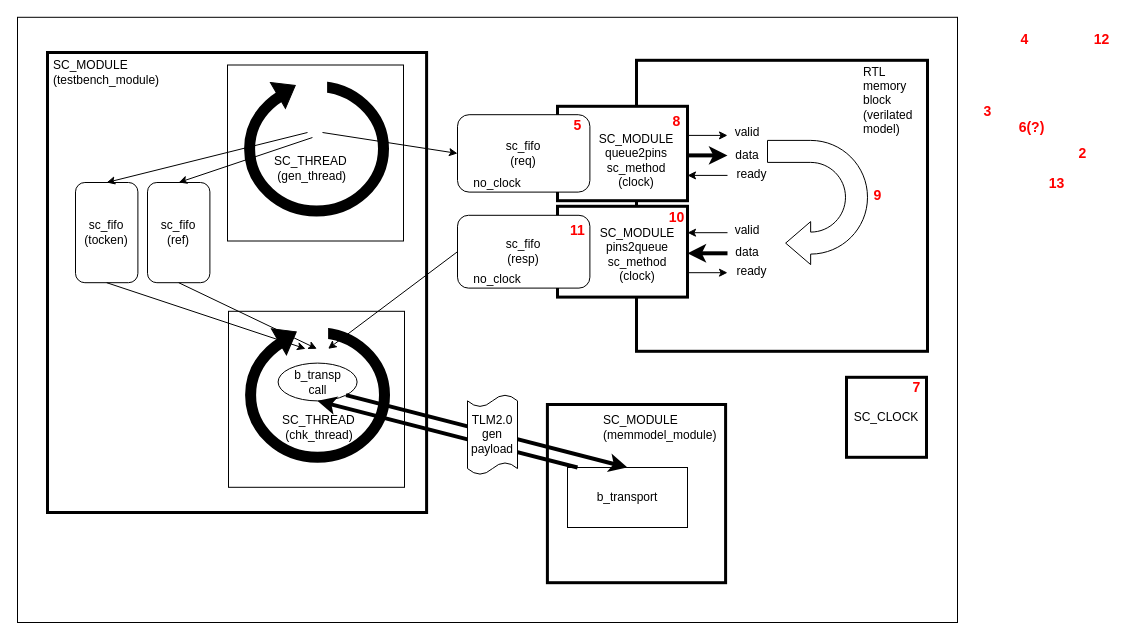
Earlier version of the draw.io diagram tlm2/tlm_to_rtl_bridge_scv_verif/media/Scv_Verif_TLM20.drawio (v-efimov/systemc_practice). Source tidied: cells renumbered, new cells numbered last; positions are measured from the earlier drawing's top-left corner, leaving out a move shared by most shapes. Both pictures are drawn from the tidied source at 100%, with x=0, y=0 at pixel (17, 17).
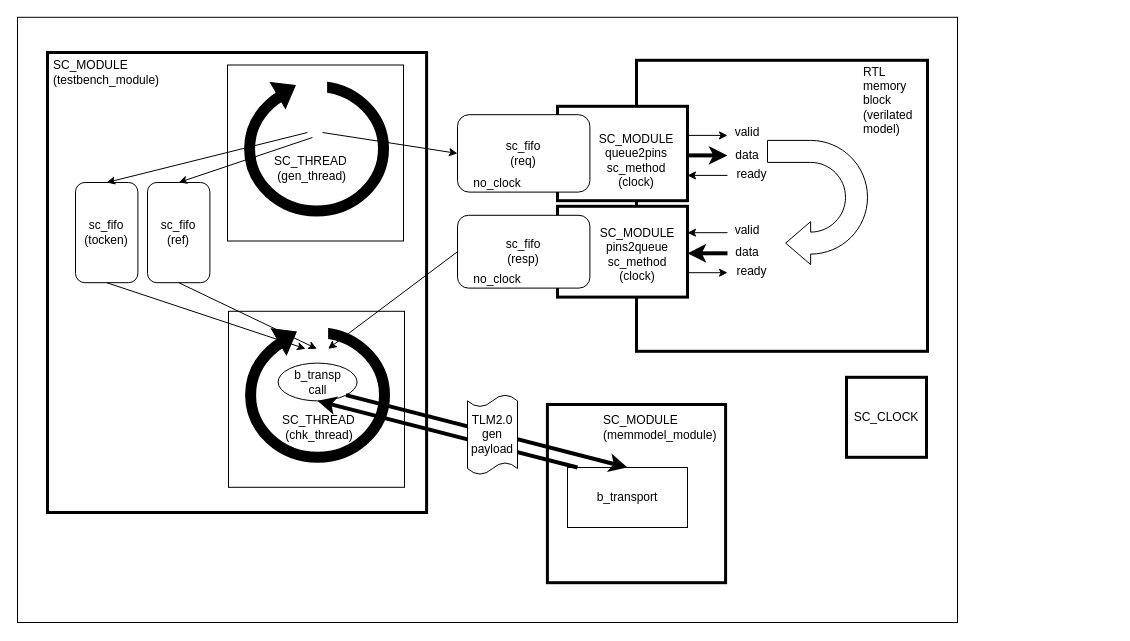
The same page after the edit.

Change to the diagram source:
```diff
@@
-    <mxCell id="38" value="&lt;font&gt;2&lt;/font&gt;" style="text;html=1;align=center;verticalAlign=middle;whiteSpace=wrap;rounded=0;strokeWidth=1;fontColor=light-dark(#ff0000, #ededed);fontSize=14;fontStyle=1;" parent="1" vertex="1">
-      <mxGeometry x="1054.6" y="120.9" width="21" height="30" as="geometry" />
-    </mxCell>
-    <mxCell id="39" value="&lt;font&gt;3&lt;/font&gt;" style="text;html=1;align=center;verticalAlign=middle;whiteSpace=wrap;rounded=0;strokeWidth=1;fontColor=light-dark(#ff0000, #ededed);fontSize=14;fontStyle=1;" parent="1" vertex="1">
-      <mxGeometry x="960" y="79.2" width="21" height="30" as="geometry" />
-    </mxCell>
-    <mxCell id="40" value="&lt;font&gt;4&lt;/font&gt;" style="text;html=1;align=center;verticalAlign=middle;whiteSpace=wrap;rounded=0;strokeWidth=1;fontColor=light-dark(#ff0000, #ededed);fontSize=14;fontStyle=1;" parent="1" vertex="1">
-      <mxGeometry x="997.1" y="7.3" width="21" height="30" as="geometry" />
-    </mxCell>
-    <mxCell id="41" value="&lt;font&gt;6(?)&lt;/font&gt;" style="text;html=1;align=center;verticalAlign=middle;whiteSpace=wrap;rounded=0;strokeWidth=1;fontColor=light-dark(#ff0000, #ededed);fontSize=14;fontStyle=1;" parent="1" vertex="1">
-      <mxGeometry x="999.9" y="95.3" width="28.7" height="30" as="geometry" />
-    </mxCell>
-    <mxCell id="42" value="&lt;font&gt;7&lt;/font&gt;" style="text;html=1;align=center;verticalAlign=middle;whiteSpace=wrap;rounded=0;strokeWidth=1;fontColor=light-dark(#ff0000, #ededed);fontSize=14;fontStyle=1;" parent="1" vertex="1">
-      <mxGeometry x="889" y="354.8" width="21" height="30" as="geometry" />
-    </mxCell>
-    <mxCell id="43" value="&lt;font&gt;8&lt;/font&gt;" style="text;html=1;align=center;verticalAlign=middle;whiteSpace=wrap;rounded=0;strokeWidth=1;fontColor=light-dark(#ff0000, #ededed);fontSize=14;fontStyle=1;" parent="1" vertex="1">
-      <mxGeometry x="648.5" y="88.8" width="21" height="30" as="geometry" />
-    </mxCell>
-    <mxCell id="44" value="9" style="text;html=1;align=center;verticalAlign=middle;whiteSpace=wrap;rounded=0;strokeWidth=1;fontColor=light-dark(#ff0000, #ededed);fontSize=14;fontStyle=1;" parent="1" vertex="1">
-      <mxGeometry x="850" y="162.8" width="21" height="30" as="geometry" />
-    </mxCell>
-    <mxCell id="45" value="10" style="text;html=1;align=center;verticalAlign=middle;whiteSpace=wrap;rounded=0;strokeWidth=1;fontColor=light-dark(#ff0000, #ededed);fontSize=14;fontStyle=1;" parent="1" vertex="1">
-      <mxGeometry x="648.5" y="185.2" width="21" height="30" as="geometry" />
-    </mxCell>
-    <mxCell id="46" value="11" style="text;html=1;align=center;verticalAlign=middle;whiteSpace=wrap;rounded=0;strokeWidth=1;fontColor=light-dark(#ff0000, #ededed);fontSize=14;fontStyle=1;" parent="1" vertex="1">
-      <mxGeometry x="550" y="197.8" width="21" height="30" as="geometry" />
-    </mxCell>
-    <mxCell id="47" value="&lt;font&gt;5&lt;/font&gt;" style="text;html=1;align=center;verticalAlign=middle;whiteSpace=wrap;rounded=0;strokeWidth=1;fontColor=light-dark(#ff0000, #ededed);fontSize=14;fontStyle=1;" parent="1" vertex="1">
-      <mxGeometry x="550" y="92.9" width="21" height="30" as="geometry" />
-    </mxCell>
-    <mxCell id="48" value="&lt;font&gt;12&lt;/font&gt;" style="text;html=1;align=center;verticalAlign=middle;whiteSpace=wrap;rounded=0;strokeWidth=1;fontColor=light-dark(#ff0000, #ededed);fontSize=14;fontStyle=1;" parent="1" vertex="1">
-      <mxGeometry x="1073.6" y="7.3" width="21" height="30" as="geometry" />
-    </mxCell>
-    <mxCell id="49" value="&lt;font&gt;13&lt;/font&gt;" style="text;html=1;align=center;verticalAlign=middle;whiteSpace=wrap;rounded=0;strokeWidth=1;fontColor=light-dark(#ff0000, #ededed);fontSize=14;fontStyle=1;" parent="1" vertex="1">
-      <mxGeometry x="1028.6" y="150.9" width="21" height="30" as="geometry" />
-    </mxCell>
```
